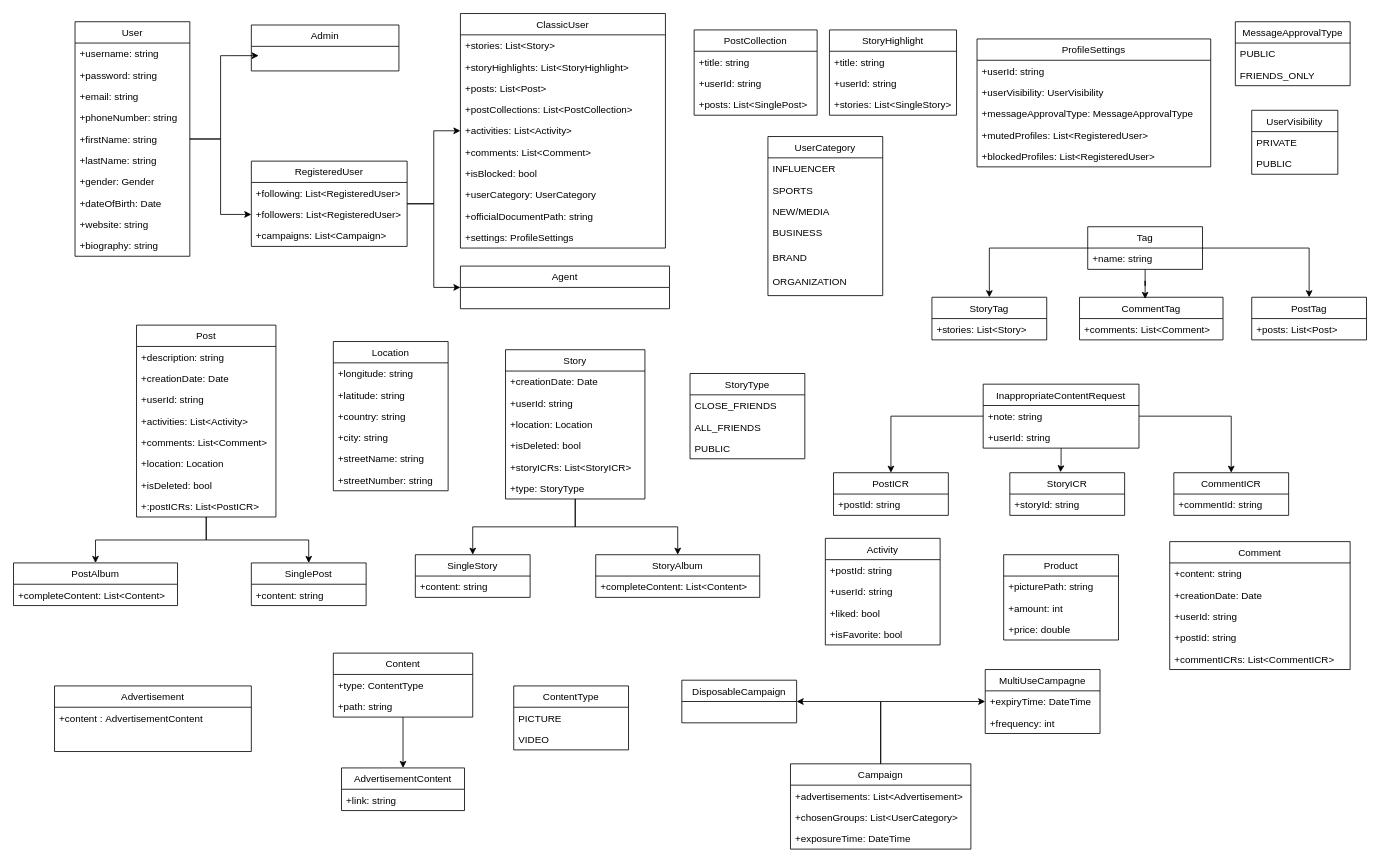
Earlier version of the draw.io diagram XML/Untitled Diagram.drawio (Ana00000/XML-and-BSEP). Source tidied: cells renumbered, new cells numbered last; positions are measured from the earlier drawing's top-left corner, leaving out a move shared by most shapes. Both pictures are drawn from the tidied source at 82%, with x=0, y=0 at pixel (13, 13).
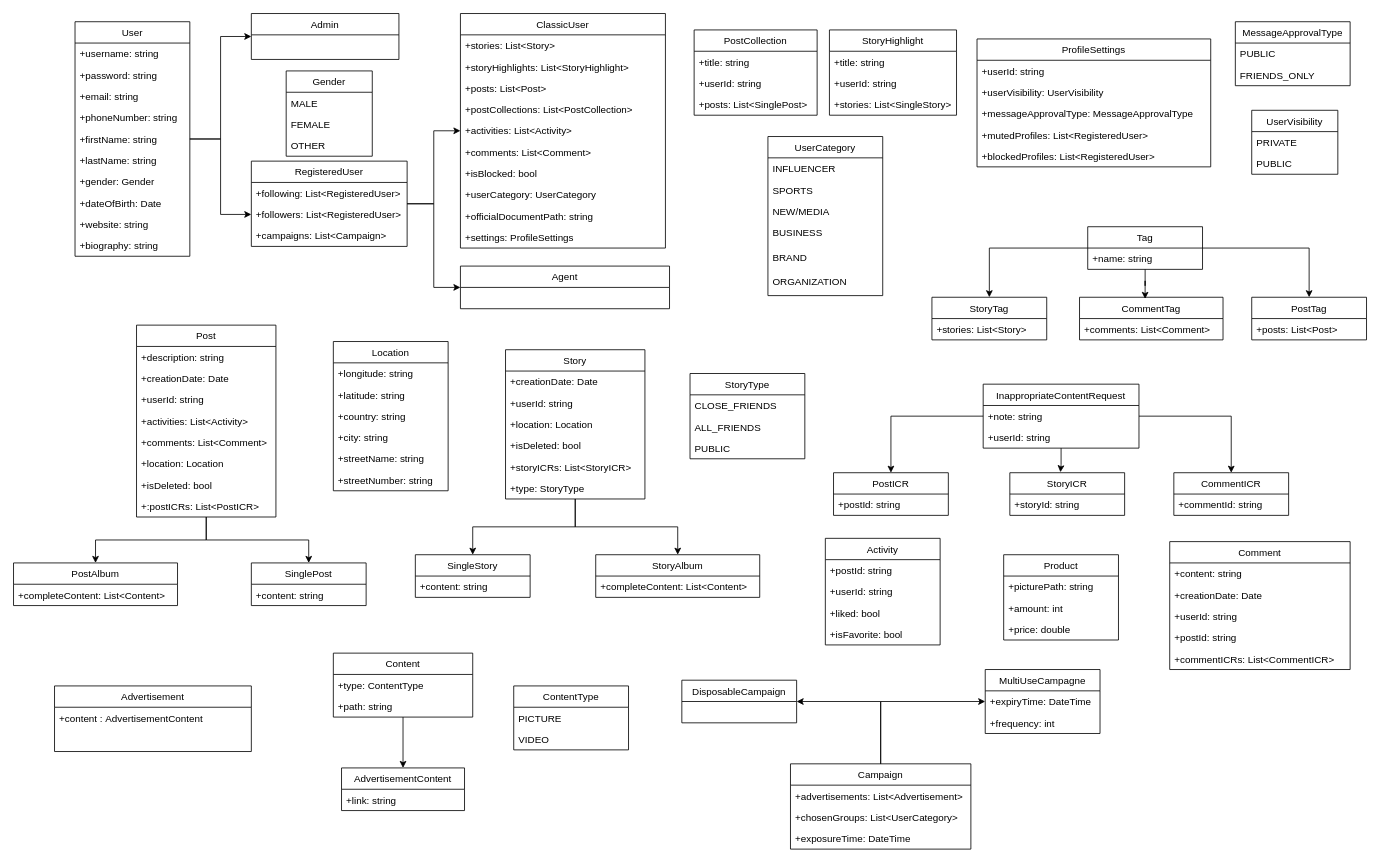
The same page after the edit.

Commit message:
XML-chore: diagram upgraded

The change refers to these unchanged cells:
```xml
<mxCell id="9" value="+followers: List&lt;RegisteredUser&gt;" style="text;strokeColor=none;fillColor=none;align=left;verticalAlign=top;spacingLeft=4;spacingRight=4;overflow=hidden;points=[[0,0.5],[1,0.5]];portConstraint=eastwest;" parent="7" vertex="1">
  <mxGeometry y="52" width="190" height="26" as="geometry" />
</mxCell>
<mxCell id="14" value="User" style="swimlane;fontStyle=0;horizontal=1;startSize=26;fillColor=none;" parent="1" vertex="1">
  <mxGeometry x="75" y="10" width="140" height="286" as="geometry" />
</mxCell>
```

Change to the diagram source:
```diff
@@
     <mxCell id="11" value="Admin" style="swimlane;fontStyle=0;horizontal=1;startSize=26;fillColor=none;" parent="1" vertex="1">
-      <mxGeometry x="290" y="14" width="180" height="56" as="geometry" />
+      <mxGeometry x="290" width="180" height="56" as="geometry" />
     </mxCell>
+    <mxCell id="13" style="edgeStyle=orthogonalEdgeStyle;rounded=0;jettySize=auto;html=1;" parent="1" edge="1" source="14" target="9">
+      <mxGeometry relative="1" as="geometry" />
+    </mxCell>
-    <mxCell id="12" style="edgeStyle=orthogonalEdgeStyle;rounded=0;jettySize=auto;html=1;entryX=0.05;entryY=0.667;entryDx=0;entryDy=0;entryPerimeter=0;" parent="1" edge="1" source="14" target="11">
+    <mxCell id="12" style="edgeStyle=orthogonalEdgeStyle;rounded=0;jettySize=auto;html=1;entryX=0;entryY=0.5;entryDx=0;entryDy=0;" parent="1" edge="1" source="14" target="11">
       <mxGeometry relative="1" as="geometry" />
     </mxCell>
-    <mxCell id="13" style="edgeStyle=orthogonalEdgeStyle;rounded=0;jettySize=auto;html=1;" parent="1" edge="1" source="14" target="9">
-      <mxGeometry relative="1" as="geometry" />
-    </mxCell>
@@
+    <mxCell id="160" value="Gender" style="swimlane;fontStyle=0;horizontal=1;startSize=26;fillColor=none;" parent="1" vertex="1">
+      <mxGeometry x="332.5" y="70" width="105" height="104" as="geometry" />
+    </mxCell>
+    <mxCell id="161" value="MALE" style="text;strokeColor=none;fillColor=none;align=left;verticalAlign=top;spacingLeft=4;spacingRight=4;overflow=hidden;" parent="160" vertex="1">
+      <mxGeometry y="26" width="105" height="26" as="geometry" />
+    </mxCell>
+    <mxCell id="162" value="FEMALE" style="text;strokeColor=none;fillColor=none;align=left;verticalAlign=top;spacingLeft=4;spacingRight=4;overflow=hidden;" parent="160" vertex="1">
+      <mxGeometry y="52" width="105" height="26" as="geometry" />
+    </mxCell>
+    <mxCell id="163" value="OTHER" style="text;strokeColor=none;fillColor=none;align=left;verticalAlign=top;spacingLeft=4;spacingRight=4;overflow=hidden;" parent="160" vertex="1">
+      <mxGeometry y="78" width="105" height="26" as="geometry" />
+    </mxCell>
```
